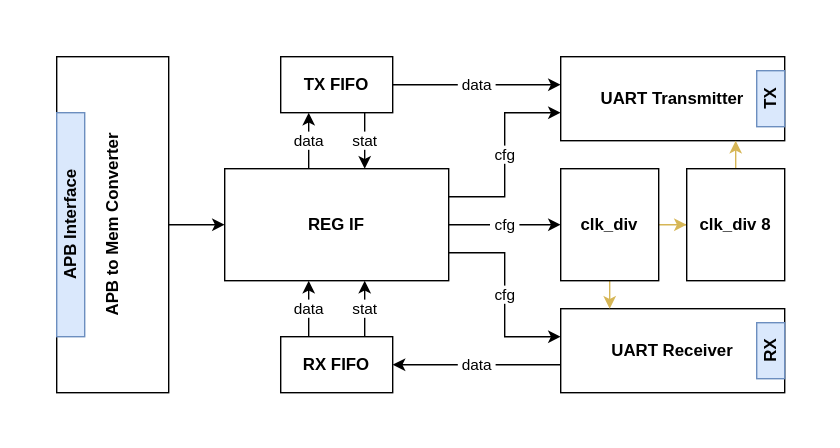
Above: docs/svg/arch.svg in ADN-VLSI/apb-uart (draw.io), before the change. Source tidied: cells renumbered, new cells last; positions are measured from the earlier drawing's top-left corner, leaving out a move shared by most shapes. The source it was exported from:
```xml
<mxGraphModel>
  <root>
    <mxCell id="0" />
    <mxCell id="1" parent="0" />
    <mxCell id="2" style="rounded=0;whiteSpace=wrap;html=1;strokeColor=none;" parent="1" vertex="1">
      <mxGeometry width="600" height="320" as="geometry" />
    </mxCell>
    <mxCell id="3" style="edgeStyle=orthogonalEdgeStyle;rounded=0;jettySize=auto;html=1;" parent="1" edge="1" source="4" target="15">
      <mxGeometry relative="1" as="geometry" />
    </mxCell>
    <mxCell id="4" value="APB to Mem Converter" style="rounded=0;whiteSpace=wrap;html=1;fontStyle=1;horizontal=0;" parent="1" vertex="1">
      <mxGeometry x="40" y="40" width="80" height="240" as="geometry" />
    </mxCell>
    <mxCell id="5" value="APB Interface" style="rounded=0;whiteSpace=wrap;html=1;fontStyle=1;horizontal=0;fillColor=#dae8fc;strokeColor=#6c8ebf;" parent="1" vertex="1">
      <mxGeometry x="40" y="80" width="20" height="160" as="geometry" />
    </mxCell>
    <mxCell id="6" value="UART Transmitter" style="rounded=0;whiteSpace=wrap;html=1;fontStyle=1;" parent="1" vertex="1">
      <mxGeometry x="400" y="40" width="160" height="60" as="geometry" />
    </mxCell>
    <mxCell id="7" value="&amp;nbsp;data&amp;nbsp;" style="edgeStyle=orthogonalEdgeStyle;rounded=0;jettySize=auto;html=1;" parent="1" edge="1" source="8" target="21">
      <mxGeometry relative="1" as="geometry">
        <Array as="points">
          <mxPoint x="370" y="260" />
          <mxPoint x="370" y="260" />
        </Array>
      </mxGeometry>
    </mxCell>
    <mxCell id="8" value="UART Receiver" style="rounded=0;whiteSpace=wrap;html=1;fontStyle=1;" parent="1" vertex="1">
      <mxGeometry x="400" y="220" width="160" height="60" as="geometry" />
    </mxCell>
    <mxCell id="9" value="TX" style="rounded=0;whiteSpace=wrap;html=1;fontStyle=1;horizontal=0;fillColor=#dae8fc;strokeColor=#6c8ebf;" parent="1" vertex="1">
      <mxGeometry x="540" y="50" width="20" height="40" as="geometry" />
    </mxCell>
    <mxCell id="10" value="RX" style="rounded=0;whiteSpace=wrap;html=1;fontStyle=1;horizontal=0;fillColor=#dae8fc;strokeColor=#6c8ebf;" parent="1" vertex="1">
      <mxGeometry x="540" y="230" width="20" height="40" as="geometry" />
    </mxCell>
    <mxCell id="11" value="cfg" style="edgeStyle=orthogonalEdgeStyle;rounded=0;jettySize=auto;html=1;" parent="1" edge="1" source="15" target="6">
      <mxGeometry relative="1" as="geometry">
        <Array as="points">
          <mxPoint x="360" y="140" />
          <mxPoint x="360" y="80" />
        </Array>
      </mxGeometry>
    </mxCell>
    <mxCell id="12" value="cfg" style="edgeStyle=orthogonalEdgeStyle;rounded=0;jettySize=auto;html=1;" parent="1" edge="1" source="15" target="8">
      <mxGeometry relative="1" as="geometry">
        <Array as="points">
          <mxPoint x="360" y="180" />
          <mxPoint x="360" y="240" />
        </Array>
      </mxGeometry>
    </mxCell>
    <mxCell id="13" value="data" style="edgeStyle=orthogonalEdgeStyle;rounded=0;jettySize=auto;html=1;" parent="1" edge="1" source="15" target="18">
      <mxGeometry relative="1" as="geometry">
        <Array as="points">
          <mxPoint x="220" y="100" />
          <mxPoint x="220" y="100" />
        </Array>
      </mxGeometry>
    </mxCell>
    <mxCell id="14" value="&amp;nbsp;cfg&amp;nbsp;" style="edgeStyle=orthogonalEdgeStyle;rounded=0;jettySize=auto;html=1;" parent="1" edge="1" source="15" target="24">
      <mxGeometry relative="1" as="geometry">
        <Array as="points">
          <mxPoint x="380" y="160" />
          <mxPoint x="380" y="160" />
        </Array>
      </mxGeometry>
    </mxCell>
    <mxCell id="15" value="REG IF" style="rounded=0;whiteSpace=wrap;html=1;fontStyle=1;" parent="1" vertex="1">
      <mxGeometry x="160" y="120" width="160" height="80" as="geometry" />
    </mxCell>
    <mxCell id="16" value="&amp;nbsp;data&amp;nbsp;" style="edgeStyle=orthogonalEdgeStyle;rounded=0;jettySize=auto;html=1;" parent="1" edge="1" source="18" target="6">
      <mxGeometry relative="1" as="geometry">
        <Array as="points">
          <mxPoint x="380" y="60" />
          <mxPoint x="380" y="60" />
        </Array>
      </mxGeometry>
    </mxCell>
    <mxCell id="17" value="stat" style="edgeStyle=orthogonalEdgeStyle;rounded=0;jettySize=auto;html=1;" parent="1" edge="1" source="18" target="15">
      <mxGeometry relative="1" as="geometry">
        <Array as="points">
          <mxPoint x="260" y="100" />
          <mxPoint x="260" y="100" />
        </Array>
      </mxGeometry>
    </mxCell>
    <mxCell id="18" value="TX FIFO" style="rounded=0;whiteSpace=wrap;html=1;fontStyle=1;" parent="1" vertex="1">
      <mxGeometry x="200" y="40" width="80" height="40" as="geometry" />
    </mxCell>
    <mxCell id="19" value="stat" style="edgeStyle=orthogonalEdgeStyle;rounded=0;jettySize=auto;html=1;" parent="1" edge="1" source="21" target="15">
      <mxGeometry relative="1" as="geometry">
        <Array as="points">
          <mxPoint x="260" y="230" />
          <mxPoint x="260" y="230" />
        </Array>
      </mxGeometry>
    </mxCell>
    <mxCell id="20" value="data" style="edgeStyle=orthogonalEdgeStyle;rounded=0;jettySize=auto;html=1;" parent="1" edge="1" source="21" target="15">
      <mxGeometry relative="1" as="geometry">
        <Array as="points">
          <mxPoint x="220" y="220" />
          <mxPoint x="220" y="220" />
        </Array>
      </mxGeometry>
    </mxCell>
    <mxCell id="21" value="RX FIFO" style="rounded=0;whiteSpace=wrap;html=1;fontStyle=1;" parent="1" vertex="1">
      <mxGeometry x="200" y="240" width="80" height="40" as="geometry" />
    </mxCell>
    <mxCell id="22" style="edgeStyle=orthogonalEdgeStyle;rounded=0;jettySize=auto;html=1;fillColor=#fff2cc;strokeColor=#d6b656;" parent="1" edge="1" source="24" target="8">
      <mxGeometry relative="1" as="geometry">
        <Array as="points">
          <mxPoint x="435" y="210" />
          <mxPoint x="435" y="210" />
        </Array>
      </mxGeometry>
    </mxCell>
    <mxCell id="23" style="edgeStyle=orthogonalEdgeStyle;rounded=0;jettySize=auto;html=1;fillColor=#fff2cc;strokeColor=#d6b656;" parent="1" edge="1" source="24" target="26">
      <mxGeometry relative="1" as="geometry" />
    </mxCell>
    <mxCell id="24" value="clk_div" style="rounded=0;whiteSpace=wrap;html=1;fontStyle=1;" parent="1" vertex="1">
      <mxGeometry x="400" y="120" width="70" height="80" as="geometry" />
    </mxCell>
    <mxCell id="25" style="edgeStyle=orthogonalEdgeStyle;rounded=0;jettySize=auto;html=1;fillColor=#fff2cc;strokeColor=#d6b656;" parent="1" edge="1" source="26" target="6">
      <mxGeometry relative="1" as="geometry">
        <Array as="points">
          <mxPoint x="525" y="120" />
          <mxPoint x="525" y="120" />
        </Array>
      </mxGeometry>
    </mxCell>
    <mxCell id="26" value="clk_div 8" style="rounded=0;whiteSpace=wrap;html=1;fontStyle=1;" parent="1" vertex="1">
      <mxGeometry x="490" y="120" width="70" height="80" as="geometry" />
    </mxCell>
  </root>
</mxGraphModel>
```
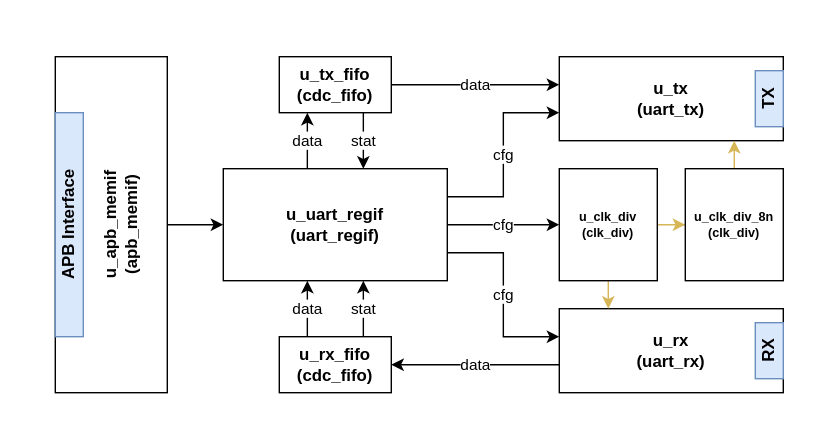
After the change.

Change to the diagram source:
```diff
@@ -8,13 +8,13 @@
     <mxCell id="3" style="edgeStyle=orthogonalEdgeStyle;rounded=0;jettySize=auto;html=1;" parent="1" edge="1" source="4" target="15">
       <mxGeometry relative="1" as="geometry" />
     </mxCell>
-    <mxCell id="4" value="APB to Mem Converter" style="rounded=0;whiteSpace=wrap;html=1;fontStyle=1;horizontal=0;" parent="1" vertex="1">
+    <mxCell id="4" value="&lt;div&gt;&lt;br&gt;&lt;/div&gt;u_apb_memif&lt;div&gt;(apb_memif)&lt;/div&gt;" style="rounded=0;whiteSpace=wrap;html=1;fontStyle=1;horizontal=0;" parent="1" vertex="1">
       <mxGeometry x="40" y="40" width="80" height="240" as="geometry" />
     </mxCell>
     <mxCell id="5" value="APB Interface" style="rounded=0;whiteSpace=wrap;html=1;fontStyle=1;horizontal=0;fillColor=#dae8fc;strokeColor=#6c8ebf;" parent="1" vertex="1">
       <mxGeometry x="40" y="80" width="20" height="160" as="geometry" />
     </mxCell>
-    <mxCell id="6" value="UART Transmitter" style="rounded=0;whiteSpace=wrap;html=1;fontStyle=1;" parent="1" vertex="1">
+    <mxCell id="6" value="u_tx&lt;div&gt;(uart_tx)&lt;/div&gt;" style="rounded=0;whiteSpace=wrap;html=1;fontStyle=1;" parent="1" vertex="1">
       <mxGeometry x="400" y="40" width="160" height="60" as="geometry" />
     </mxCell>
     <mxCell id="7" value="&amp;nbsp;data&amp;nbsp;" style="edgeStyle=orthogonalEdgeStyle;rounded=0;jettySize=auto;html=1;" parent="1" edge="1" source="8" target="21">
@@ -25,7 +25,7 @@
         </Array>
       </mxGeometry>
     </mxCell>
-    <mxCell id="8" value="UART Receiver" style="rounded=0;whiteSpace=wrap;html=1;fontStyle=1;" parent="1" vertex="1">
+    <mxCell id="8" value="u_rx&lt;div&gt;(uart_rx)&lt;/div&gt;" style="rounded=0;whiteSpace=wrap;html=1;fontStyle=1;" parent="1" vertex="1">
       <mxGeometry x="400" y="220" width="160" height="60" as="geometry" />
     </mxCell>
     <mxCell id="9" value="TX" style="rounded=0;whiteSpace=wrap;html=1;fontStyle=1;horizontal=0;fillColor=#dae8fc;strokeColor=#6c8ebf;" parent="1" vertex="1">
@@ -66,7 +66,7 @@
         </Array>
       </mxGeometry>
     </mxCell>
-    <mxCell id="15" value="REG IF" style="rounded=0;whiteSpace=wrap;html=1;fontStyle=1;" parent="1" vertex="1">
+    <mxCell id="15" value="u_uart_regif&lt;div&gt;(uart_regif)&lt;/div&gt;" style="rounded=0;whiteSpace=wrap;html=1;fontStyle=1;" parent="1" vertex="1">
       <mxGeometry x="160" y="120" width="160" height="80" as="geometry" />
     </mxCell>
     <mxCell id="16" value="&amp;nbsp;data&amp;nbsp;" style="edgeStyle=orthogonalEdgeStyle;rounded=0;jettySize=auto;html=1;" parent="1" edge="1" source="18" target="6">
@@ -85,7 +85,7 @@
         </Array>
       </mxGeometry>
     </mxCell>
-    <mxCell id="18" value="TX FIFO" style="rounded=0;whiteSpace=wrap;html=1;fontStyle=1;" parent="1" vertex="1">
+    <mxCell id="18" value="u_tx_fifo&lt;div&gt;(cdc_fifo)&lt;/div&gt;" style="rounded=0;whiteSpace=wrap;html=1;fontStyle=1;" parent="1" vertex="1">
       <mxGeometry x="200" y="40" width="80" height="40" as="geometry" />
     </mxCell>
     <mxCell id="19" value="stat" style="edgeStyle=orthogonalEdgeStyle;rounded=0;jettySize=auto;html=1;" parent="1" edge="1" source="21" target="15">
@@ -104,7 +104,7 @@
         </Array>
       </mxGeometry>
     </mxCell>
-    <mxCell id="21" value="RX FIFO" style="rounded=0;whiteSpace=wrap;html=1;fontStyle=1;" parent="1" vertex="1">
+    <mxCell id="21" value="u_rx_fifo&lt;div&gt;(cdc_fifo)&lt;/div&gt;" style="rounded=0;whiteSpace=wrap;html=1;fontStyle=1;" parent="1" vertex="1">
       <mxGeometry x="200" y="240" width="80" height="40" as="geometry" />
     </mxCell>
     <mxCell id="22" style="edgeStyle=orthogonalEdgeStyle;rounded=0;jettySize=auto;html=1;fillColor=#fff2cc;strokeColor=#d6b656;" parent="1" edge="1" source="24" target="8">
@@ -118,7 +118,7 @@
     <mxCell id="23" style="edgeStyle=orthogonalEdgeStyle;rounded=0;jettySize=auto;html=1;fillColor=#fff2cc;strokeColor=#d6b656;" parent="1" edge="1" source="24" target="26">
       <mxGeometry relative="1" as="geometry" />
     </mxCell>
-    <mxCell id="24" value="clk_div" style="rounded=0;whiteSpace=wrap;html=1;fontStyle=1;" parent="1" vertex="1">
+    <mxCell id="24" value="u_clk_div&lt;div&gt;(clk_div)&lt;/div&gt;" style="rounded=0;whiteSpace=wrap;html=1;fontStyle=1;fontSize=9;" parent="1" vertex="1">
       <mxGeometry x="400" y="120" width="70" height="80" as="geometry" />
     </mxCell>
     <mxCell id="25" style="edgeStyle=orthogonalEdgeStyle;rounded=0;jettySize=auto;html=1;fillColor=#fff2cc;strokeColor=#d6b656;" parent="1" edge="1" source="26" target="6">
@@ -129,7 +129,7 @@
         </Array>
       </mxGeometry>
     </mxCell>
-    <mxCell id="26" value="clk_div 8" style="rounded=0;whiteSpace=wrap;html=1;fontStyle=1;" parent="1" vertex="1">
+    <mxCell id="26" value="&lt;font&gt;u_clk_div_8n&lt;/font&gt;&lt;div&gt;&lt;font&gt;(clk_div)&lt;/font&gt;&lt;/div&gt;" style="rounded=0;whiteSpace=wrap;html=1;fontStyle=1;fontSize=9;" parent="1" vertex="1">
       <mxGeometry x="490" y="120" width="70" height="80" as="geometry" />
     </mxCell>
   </root>
```
